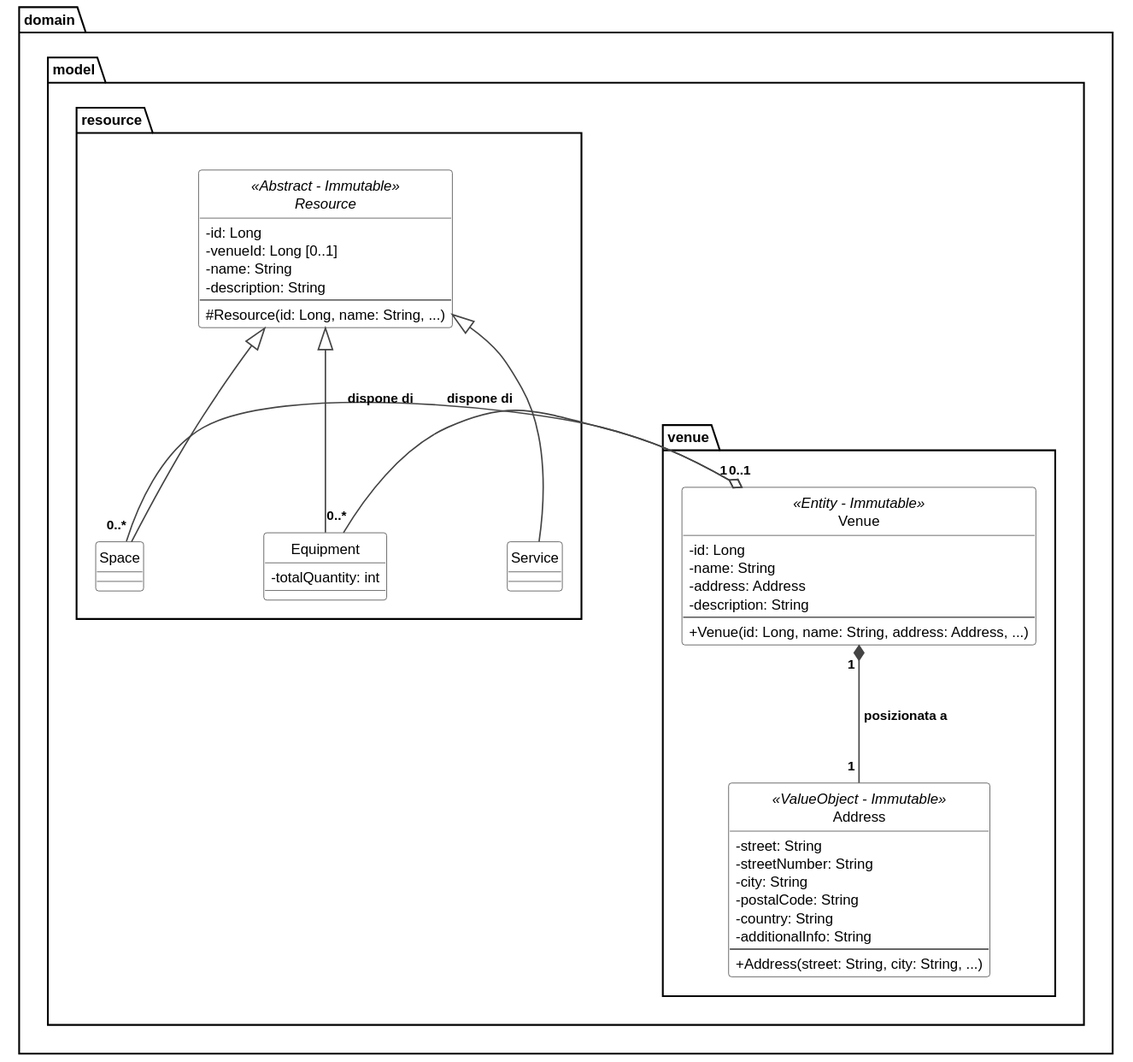
MeruemMeurel/Venue_Event_Organiser keeps this PlantUML diagram as docs/diagrams/domain/domain-venues.svg. Above is the earlier version.
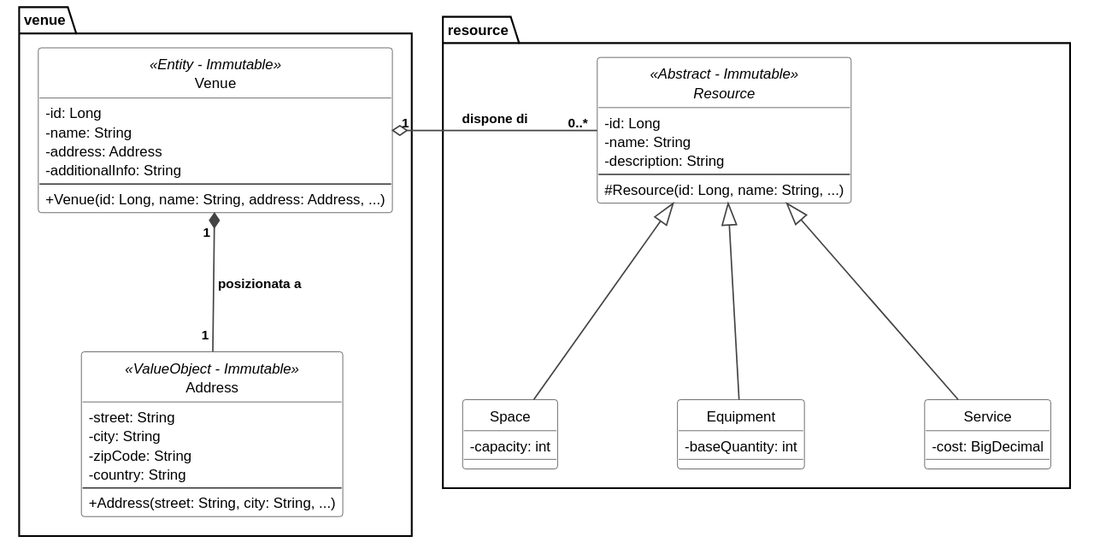
After the change.

Change to the diagram source:
```diff
@@ -18,50 +18,50 @@
 skinparam ArrowColor #444444
 
 
-package "domain.model.venue" {
+package "venue" {
     class Venue <<Entity - Immutable>> {
         - id: Long
         - name: String
         - address: Address
-        - description: String
+        - additionalInfo: String
         --
         + Venue(id: Long, name: String, address: Address, ...)
     }
 
     class Address <<ValueObject - Immutable>> {
         - street: String
-        - streetNumber: String
         - city: String
-        - postalCode: String
+        - zipCode: String
         - country: String
-        - additionalInfo: String
         --
         + Address(street: String, city: String, ...)
     }
 }
 
-package "domain.model.resource" {
+package "resource" {
     abstract class Resource <<Abstract - Immutable>> {
         - id: Long
-        - venueId: Long [0..1]
         - name: String
         - description: String
         --
         # Resource(id: Long, name: String, ...)
     }
 
-    class Space
+    class Space {
+        - capacity: int
+    }
 
     class Equipment {
-        - totalQuantity: int
+        - baseQuantity: int
     }
 
-    class Service
+    class Service {
+        - cost: BigDecimal
+    }
 }
 
 Venue "1 " *-- "1 " Address : " posizionata a"
-Venue "1" o-right- "0..*" Space : "dispone di"
-Venue "0..1" o-right- "0..*" Equipment : "dispone di"
+Venue "1    " o-right- " 0..*" Resource : "dispone di"
 Resource <|-- Space
 Resource <|-- Equipment
 Resource <|-- Service
```
